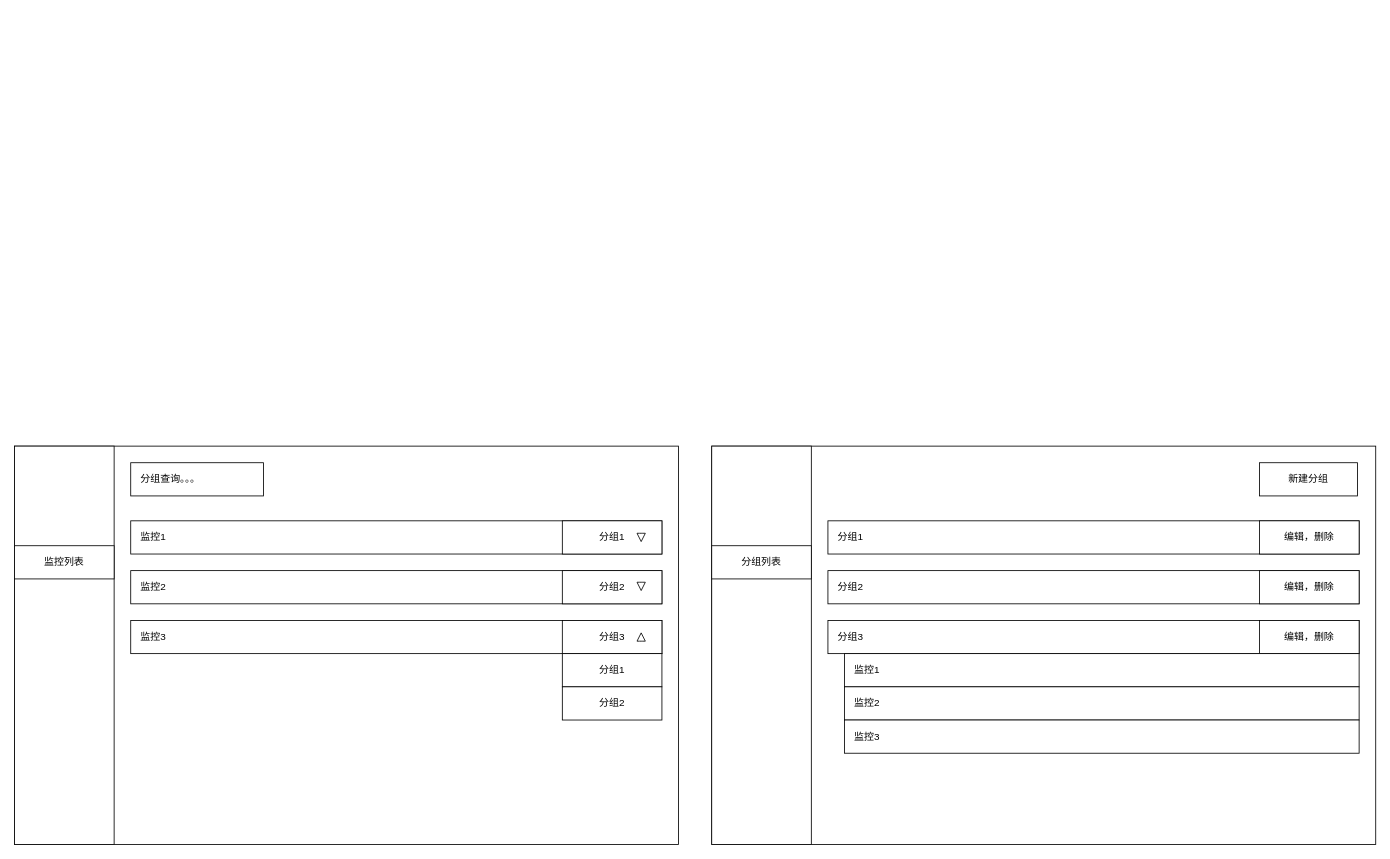
This is playground/tmp.drawio from jinyaoMa/my-app, a draw.io file, before an edit. Source tidied: cells renumbered, new cells numbered last; positions are measured from the earlier drawing's top-left corner, leaving out a move shared by most shapes. Both pictures are drawn from the tidied source at 83%, with x=0, y=0 at pixel (14, 446).
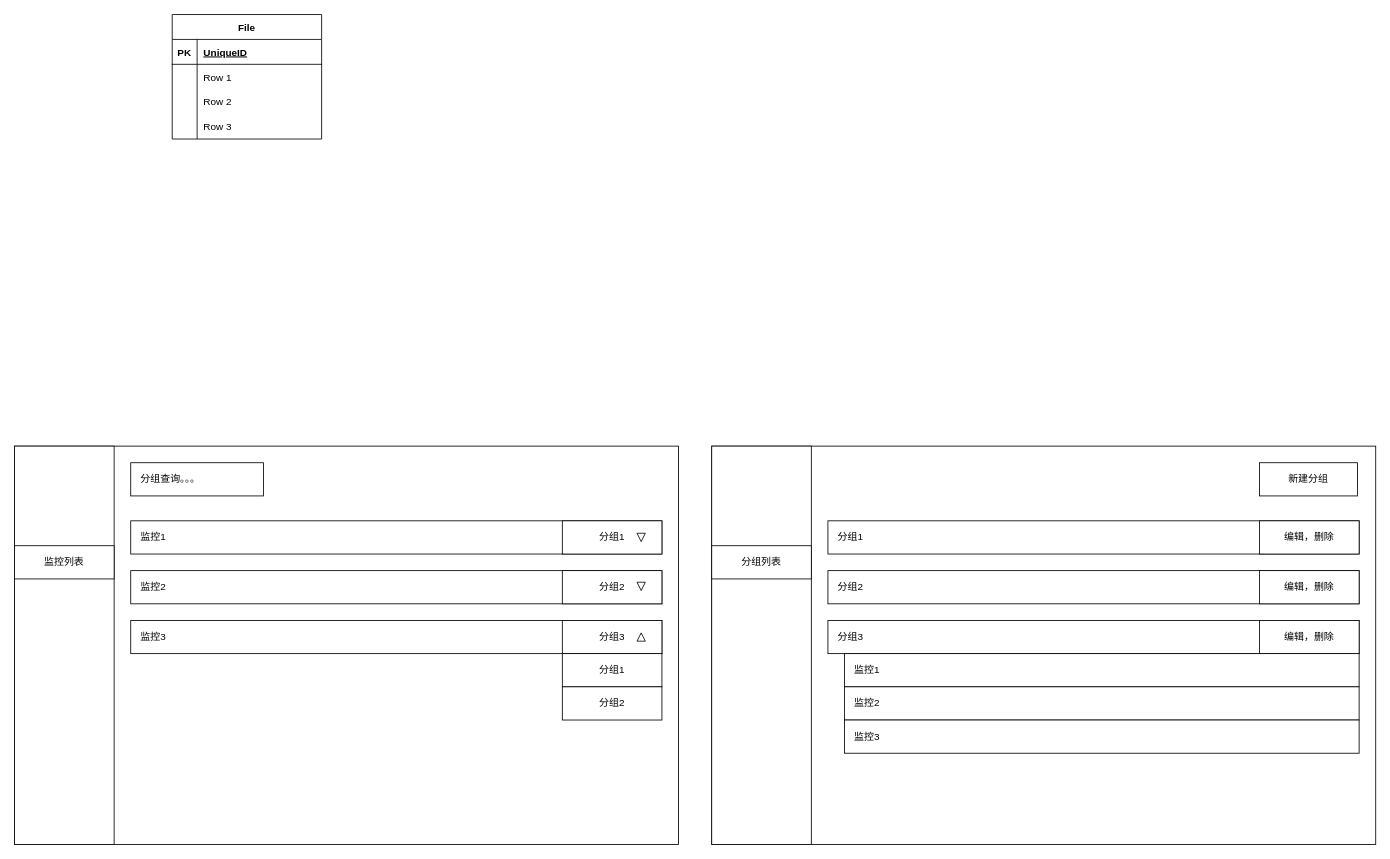
The same page after the edit.

Diff of the diagram source:
```diff
@@
+    <mxCell id="30" value="File" style="shape=table;startSize=30;childLayout=tableLayout;rowLines=0;fontStyle=1;align=center;" parent="1" vertex="1">
+      <mxGeometry x="190" y="-520" width="180" height="150" as="geometry" />
+    </mxCell>
+    <mxCell id="31" style="shape=tableRow;horizontal=0;startSize=0;swimlaneHead=0;swimlaneBody=0;fillColor=none;top=0;left=0;right=0;bottom=1;" parent="30" vertex="1">
+      <mxGeometry y="30" width="180" height="30" as="geometry" />
+    </mxCell>
+    <mxCell id="32" value="PK" style="shape=partialRectangle;fillColor=none;top=0;left=0;bottom=0;right=0;fontStyle=1;overflow=hidden;" parent="31" vertex="1">
+      <mxGeometry width="30" height="30" as="geometry" />
+    </mxCell>
+    <mxCell id="33" value="UniqueID" style="shape=partialRectangle;fillColor=none;top=0;left=0;bottom=0;right=0;align=left;spacingLeft=6;fontStyle=5;overflow=hidden;" parent="31" vertex="1">
+      <mxGeometry x="30" width="150" height="30" as="geometry" />
+    </mxCell>
+    <mxCell id="34" style="shape=tableRow;horizontal=0;startSize=0;swimlaneHead=0;swimlaneBody=0;fillColor=none;top=0;left=0;right=0;bottom=0;" parent="30" vertex="1">
+      <mxGeometry y="60" width="180" height="30" as="geometry" />
+    </mxCell>
+    <mxCell id="35" style="shape=partialRectangle;fillColor=none;top=0;left=0;bottom=0;right=0;overflow=hidden;" parent="34" vertex="1">
+      <mxGeometry width="30" height="30" as="geometry" />
+    </mxCell>
+    <mxCell id="36" value="Row 1" style="shape=partialRectangle;fillColor=none;top=0;left=0;bottom=0;right=0;align=left;spacingLeft=6;overflow=hidden;" parent="34" vertex="1">
+      <mxGeometry x="30" width="150" height="30" as="geometry" />
+    </mxCell>
+    <mxCell id="37" style="shape=tableRow;horizontal=0;startSize=0;swimlaneHead=0;swimlaneBody=0;fillColor=none;top=0;left=0;right=0;bottom=0;" parent="30" vertex="1">
+      <mxGeometry y="90" width="180" height="30" as="geometry" />
+    </mxCell>
+    <mxCell id="38" style="shape=partialRectangle;fillColor=none;top=0;left=0;bottom=0;right=0;overflow=hidden;" parent="37" vertex="1">
+      <mxGeometry width="30" height="30" as="geometry" />
+    </mxCell>
+    <mxCell id="39" value="Row 2" style="shape=partialRectangle;fillColor=none;top=0;left=0;bottom=0;right=0;align=left;spacingLeft=6;overflow=hidden;" parent="37" vertex="1">
+      <mxGeometry x="30" width="150" height="30" as="geometry" />
+    </mxCell>
+    <mxCell id="40" style="shape=tableRow;horizontal=0;startSize=0;swimlaneHead=0;swimlaneBody=0;fillColor=none;top=0;left=0;right=0;bottom=0;" parent="30" vertex="1">
+      <mxGeometry y="120" width="180" height="30" as="geometry" />
+    </mxCell>
+    <mxCell id="41" style="shape=partialRectangle;fillColor=none;top=0;left=0;bottom=0;right=0;overflow=hidden;" parent="40" vertex="1">
+      <mxGeometry width="30" height="30" as="geometry" />
+    </mxCell>
+    <mxCell id="42" value="Row 3" style="shape=partialRectangle;fillColor=none;top=0;left=0;bottom=0;right=0;align=left;spacingLeft=6;overflow=hidden;" parent="40" vertex="1">
+      <mxGeometry x="30" width="150" height="30" as="geometry" />
+    </mxCell>
```
